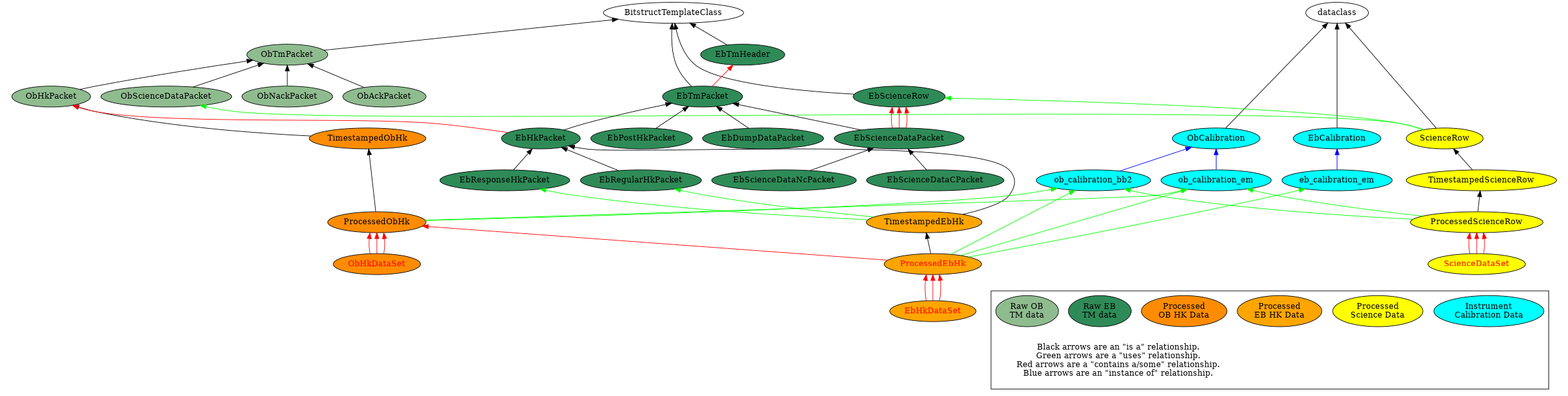
This is doc/enfys-classes.png from AU-ExoMars/egse-data-decoders, a Graphviz export, as it was before one commit. Its source is kept beside it as doc/enfys-classes.dot.
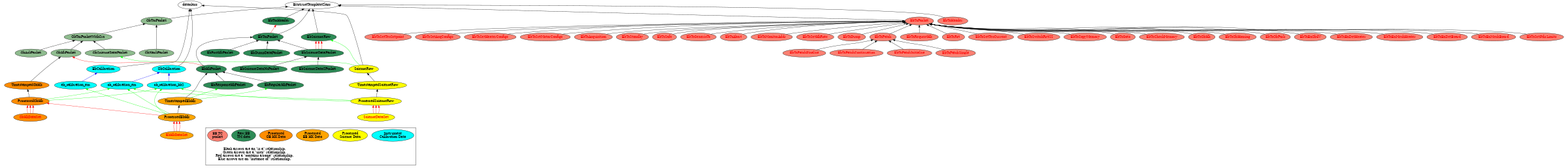
After the change.

Commit message:
Add TC packet hierarchy to enfys-classes.dot

This is fairly pointless, in usability terms, because it
makes the tree ridiculously wide. But I've got a macro in
the file which lets me colour in classes I consider
not-yet-checked. Makes things a bit easier while I audit
those classes for recent changes.

That bit of the graph is hidden behind a conditional, so I
can hide them later.

Diff of the diagram source:
```diff
@@ -2,6 +2,8 @@
 postproc: unflatten | dot -Tpng
 display: feh --scale-down -g 2560x720 -Z -
 pipe: "{{ postproc }}{% if stdout.isatty() %} | {{display}}{% endif %}"
+
+show_tcs: true
 
 calibration: cyan
 science_data: yellow
@@ -9,6 +11,7 @@
 processed_ob_hk: darkorange
 raw_eb: seagreen
 raw_ob: darkseagreen
+eb_tc: salmon
 uses: green
 contains: red
 instance: blue
@@ -39,11 +42,11 @@
             {{node("EbCalibration", done=True)}};
             {{node("ObCalibration", done=True)}};
         }
-        subgraph calsub {
-            rank=same;
+        {
             {{node("eb_calibration_em", done=True)}};
             {{node("ob_calibration_bb2", done=True)}};
             {{node("ob_calibration_em", done=True)}};
+            rank=same;
         }
     }
 
@@ -62,7 +65,7 @@
         cluster=true;
         style=invis;
         {{node("TimestampedEbHk", done=True)}};
-        {{node("ProcessedEbHk")}};
+        {{node("ProcessedEbHk", done=True)}};
         {{node("EbHkDataSet")}};
     }
 
@@ -80,10 +83,14 @@
         style=invis;
         node [fillcolor="{{raw_ob}}", style=filled];
         {{node("ObTmPacket", done=True)}};
-        {{node("ObHkPacket", done=True)}};
-        {{node("ObScienceDataPacket", done=True)}};
-        {{node("ObAckPacket", done=True)}};
-        {{node("ObNackPacket", done=True)}};
+        {{node("ObTmPacketWithCrc", done=True)}};
+        {
+            {{node("ObHkPacket", done=True)}};
+            {{node("ObScienceDataPacket", done=True)}};
+            {{node("ObAckPacket", done=True)}};
+            {{node("ObNackPacket", done=True)}};
+            rank = same;
+        }
     }
 
     subgraph EB {
@@ -107,6 +114,7 @@
         {{node("EbScienceDataCPacket", done=True)}};
         {{node("EbScienceDataNcPacket", done=True)}};
     }
+
 
     EbCalibration -> dataclass;
     eb_calibration_em -> EbCalibration [color={{instance}}];
@@ -141,10 +149,11 @@
     ProcessedScienceRow -> TimestampedScienceRow;
     ProcessedScienceRow -> { ob_calibration_bb2, ob_calibration_em } [color={{uses}}];
 
-    ObTmPacket -> BitstructTemplateClass
-    ObScienceDataPacket -> ObTmPacket;
-    ObHkPacket -> ObTmPacket;
-    ObAckPacket -> ObTmPacket;
+    ObTmPacket -> BitstructTemplateClass;
+    ObTmPacketWithCrc -> ObTmPacket;
+    ObScienceDataPacket -> ObTmPacketWithCrc;
+    ObHkPacket -> ObTmPacketWithCrc;
+    ObAckPacket -> ObTmPacketWithCrc;
     ObNackPacket -> ObTmPacket;
 
 
@@ -168,6 +177,65 @@
     EbScienceDataCPacket -> EbScienceDataPacket;
     EbScienceDataNcPacket -> EbScienceDataPacket;
 
+{% if show_tcs %}
+    subgraph EB_TC {
+        cluster=true;
+        style=invis;
+        node [fillcolor="{{eb_tc}}", style=filled];
+
+        {{node("EbTcHeader")}};
+        {{node("EbTcPacket")}};
+        {{node("EbTcRet")}};
+        {{node("EbTcRequestHk")}};
+        {{node("EbTcPatch")}};
+        {{node("EbTcPatchSingle")}};
+        {{node("EbTcPatchInitialise")}};
+        {{node("EbTcPatchContinuation")}};
+        {{node("EbTcPatchFinalise")}};
+        {{node("EbTcDump")}};
+        {{node("EbTcSetHkRate")}};
+        {{node("EbTcMonitorAddr")}};
+        {{node("EbTcAbort")}};
+        {{node("EbTcGenericTc")}};
+        {{node("EbTcSafe")}};
+        {{node("EbTcStandby")}};
+        {{node("EbTcAcquisition")}};
+        {{node("EbTcSetMotorConfigs")}};
+        {{node("EbTcSetHeaterConfigs")}};
+        {{node("EbTcSetAcqConfigs")}};
+        {{node("EbTcSetTecSetpoint")}};
+        {{node("EbTcSetFdirLimits")}};
+        {{node("EbTcEnMechBoard")}};
+        {{node("EbTcEnDetBoard")}};
+        {{node("EbTcEnMechHeater")}};
+        {{node("EbTcEnDetHeater")}};
+        {{node("EbTcEnOb5V")}};
+        {{node("EbTcObPark")}};
+        {{node("EbTcObHoming")}};
+        {{node("EbTcObHk")}};
+        {{node("EbTcCheckMemory")}};
+        {{node("EbTcGoto")}};
+        {{node("EbTcCopyMemory")}};
+        {{node("EbTcSwitchRs422")}};
+        {{node("EbTcSetTecCurrent")}};
+    }
+
+    { EbTcHeader, EbTcPacket } -> BitstructTemplateClass;
+    {
+        EbTcRet, EbTcRequestHk, EbTcPatch, EbTcDump, EbTcSetHkRate,
+        EbTcMonitorAddr, EbTcAbort, EbTcGenericTc, EbTcSafe, EbTcStandby,
+        EbTcAcquisition, EbTcSetMotorConfigs, EbTcSetHeaterConfigs,
+        EbTcSetAcqConfigs, EbTcSetTecSetpoint, EbTcSetFdirLimits, EbTcEnMechBoard,
+        EbTcEnDetBoard, EbTcEnMechHeater, EbTcEnDetHeater, EbTcEnOb5V, EbTcObPark,
+        EbTcObHoming, EbTcObHk, EbTcCheckMemory, EbTcGoto, EbTcCopyMemory,
+        EbTcSwitchRs422, EbTcSetTecCurrent
+    } -> EbTcPacket;
+    {
+        EbTcPatchSingle, EbTcPatchInitialise,
+        EbTcPatchContinuation, EbTcPatchFinalise
+    } -> EbTcPatch;
+{% endif %}
+
     subgraph key {
         cluster=true;
         rank=same;
@@ -185,6 +253,9 @@
         obhkp [label="Processed\nOB HK Data", fillcolor="{{processed_ob_hk}}", style=filled];
         ebraw [label="Raw EB\nTM data", fillcolor="{{raw_eb}}", style=filled];
         obraw [label="Raw OB\nTM data", fillcolor="{{raw_ob}}", style=filled];
+        {% if show_tcs %}
+        obraw [label="EB TC\npacket", fillcolor="{{eb_tc}}", style=filled];
+        {% endif %}
 
         cal -> ScienceDataSet [style=invis];
     }
```
